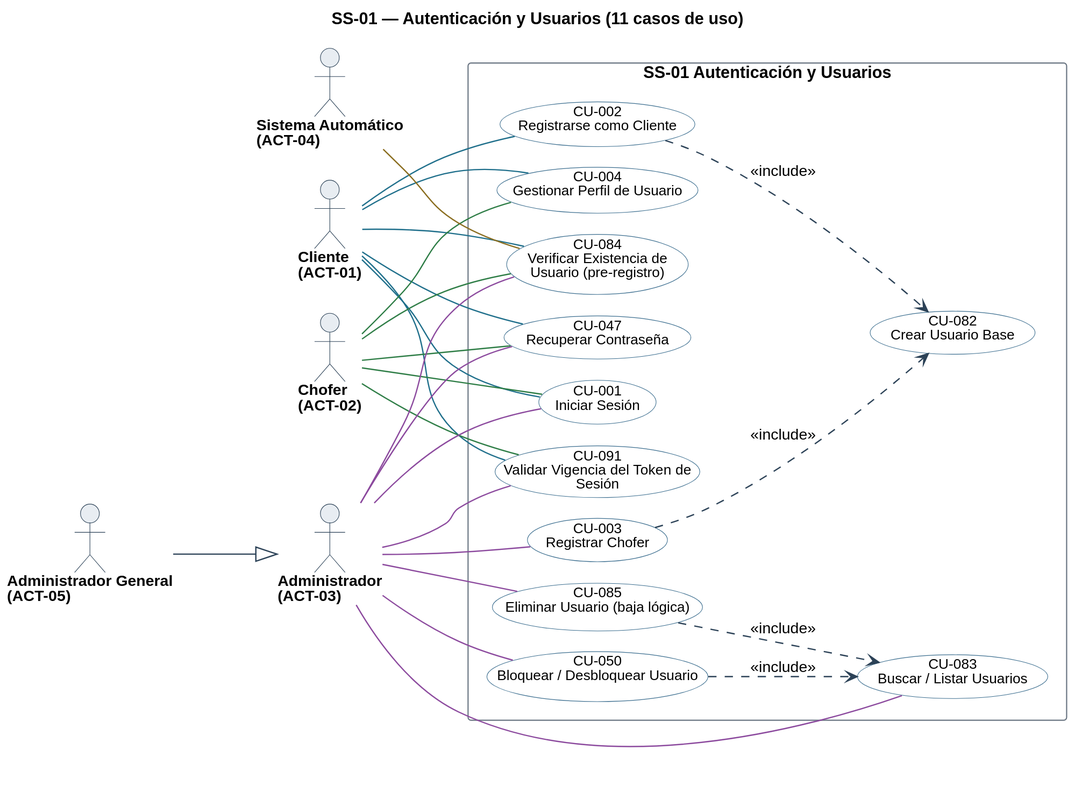
This is diagramas/uml/CU_SS-01_Autenticacion-Y-Usuarios.svg from Nahuelito-Dev/splg-docs, a PlantUML export, as it was before one commit.
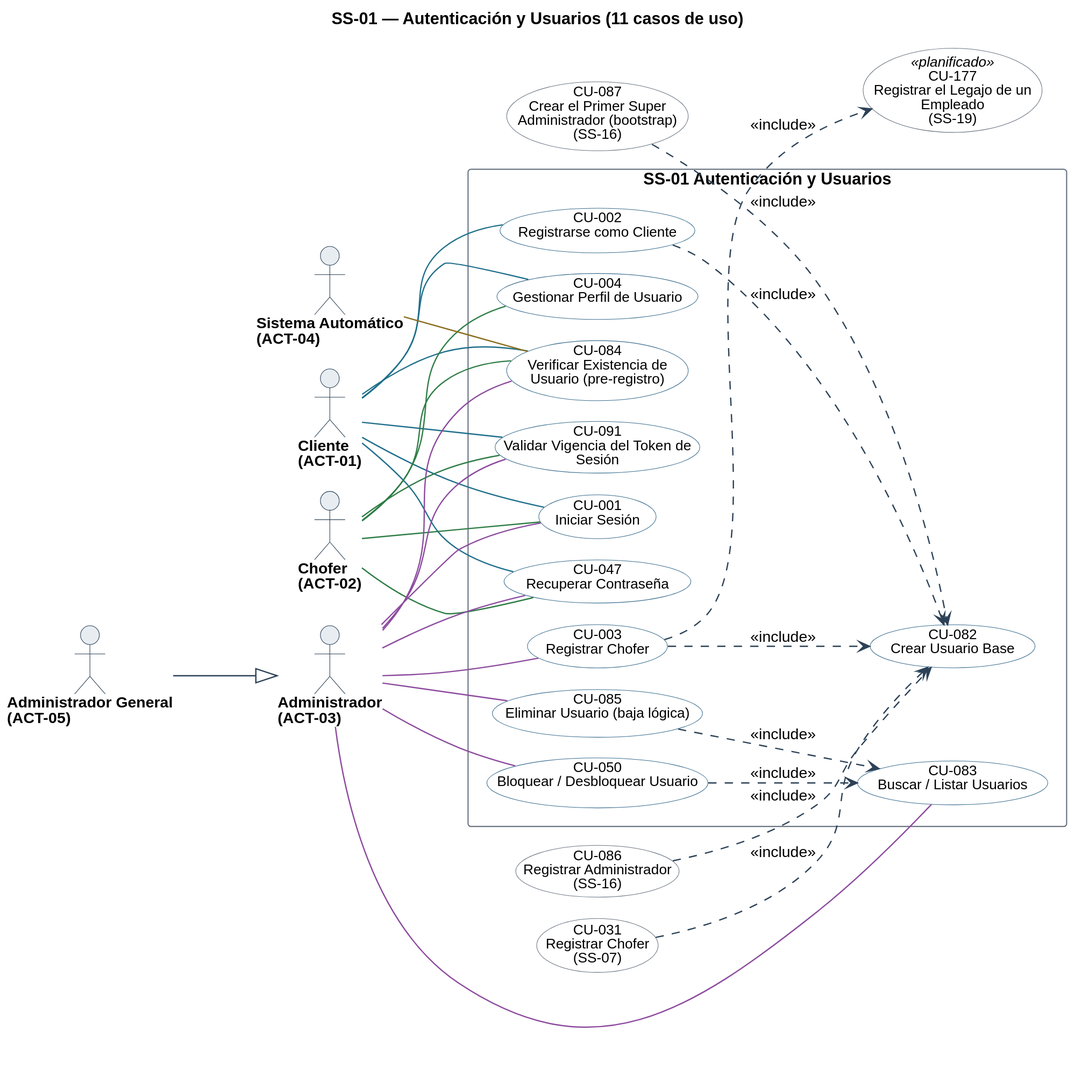
Above is the later version.

Diff of the diagram source:
```diff
@@ -54,6 +54,11 @@
   usecase "CU-091\nValidar Vigencia del Token de\nSesión" as U091 #back:FFFFFF;line:3C6E8F
 }
 
+usecase "CU-031\nRegistrar Chofer\n(SS-07)" as U031 #back:FFFFFF;line:6B7683
+usecase "CU-086\nRegistrar Administrador\n(SS-16)" as U086 #back:FFFFFF;line:6B7683
+usecase "CU-087\nCrear el Primer Super\nAdministrador (bootstrap)\n(SS-16)" as U087 #back:FFFFFF;line:6B7683
+usecase "CU-177\nRegistrar el Legajo de un\nEmpleado\n(SS-19)" as U177 <<planificado>> #back:FFFFFF;line:6B7683
+
 A01 -[#1F6F8B]- U001
 A01 -[#1F6F8B]- U002
 A01 -[#1F6F8B]- U004
@@ -80,4 +85,8 @@
 U003 ..> U082 : <<include>>
 U050 ..> U083 : <<include>>
 U085 ..> U083 : <<include>>
+U003 ..> U177 : <<include>>
+U031 ..> U082 : <<include>>
+U086 ..> U082 : <<include>>
+U087 ..> U082 : <<include>>
 @enduml
```
